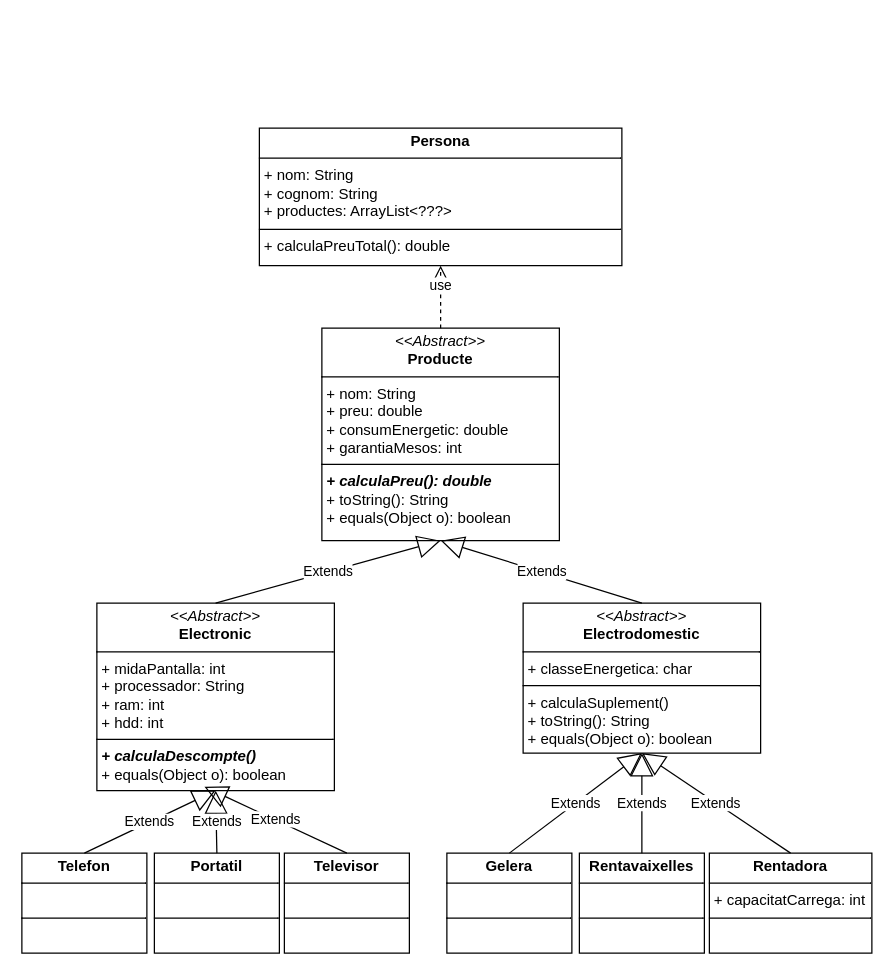
The draw.io diagram Diagrama sin título.drawio in bvivess/PRG, before the edit. Source tidied: cells renumbered, new cells numbered last; positions are measured from the earlier drawing's top-left corner, leaving out a move shared by most shapes. Both pictures are drawn from the tidied source at 125%, with x=0, y=0 at pixel (21, 128).
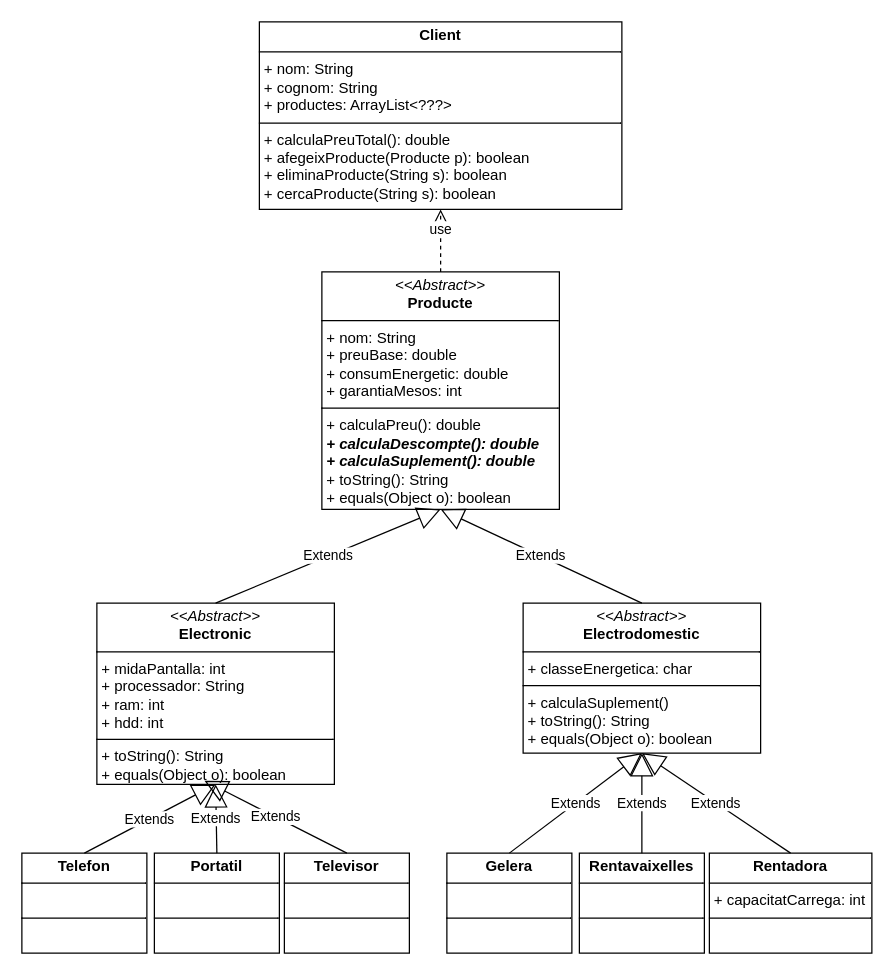
Above is the later version.

Change to the diagram source:
```diff
@@
-    <mxCell id="2" value="&lt;p style=&quot;margin:0px;margin-top:4px;text-align:center;&quot;&gt;&lt;b&gt;Persona&lt;/b&gt;&lt;/p&gt;&lt;hr size=&quot;1&quot; style=&quot;border-style:solid;&quot;&gt;&lt;p style=&quot;margin:0px;margin-left:4px;&quot;&gt;+ nom: String&lt;/p&gt;&lt;p style=&quot;margin:0px;margin-left:4px;&quot;&gt;+ cognom: String&lt;/p&gt;&lt;p style=&quot;margin:0px;margin-left:4px;&quot;&gt;+ productes: ArrayList&amp;lt;???&amp;gt;&lt;br&gt;&lt;/p&gt;&lt;hr size=&quot;1&quot; style=&quot;border-style:solid;&quot;&gt;&lt;p style=&quot;margin:0px;margin-left:4px;&quot;&gt;&lt;span style=&quot;background-color: transparent; color: light-dark(rgb(0, 0, 0), rgb(255, 255, 255));&quot;&gt;+ calculaPreuTotal(): double&lt;/span&gt;&lt;br&gt;&lt;/p&gt;" style="verticalAlign=top;align=left;overflow=fill;html=1;whiteSpace=wrap;" parent="1" vertex="1">
-      <mxGeometry x="190" width="290" height="110" as="geometry" />
+    <mxCell id="2" value="&lt;p style=&quot;margin:0px;margin-top:4px;text-align:center;&quot;&gt;&lt;b&gt;Client&lt;/b&gt;&lt;/p&gt;&lt;hr size=&quot;1&quot; style=&quot;border-style:solid;&quot;&gt;&lt;p style=&quot;margin:0px;margin-left:4px;&quot;&gt;+ nom: String&lt;/p&gt;&lt;p style=&quot;margin:0px;margin-left:4px;&quot;&gt;+ cognom: String&lt;/p&gt;&lt;p style=&quot;margin:0px;margin-left:4px;&quot;&gt;+ productes: ArrayList&amp;lt;???&amp;gt;&lt;br&gt;&lt;/p&gt;&lt;hr size=&quot;1&quot; style=&quot;border-style:solid;&quot;&gt;&lt;p style=&quot;margin:0px;margin-left:4px;&quot;&gt;&lt;span style=&quot;background-color: transparent; color: light-dark(rgb(0, 0, 0), rgb(255, 255, 255));&quot;&gt;+ calculaPreuTotal(): double&lt;/span&gt;&lt;br&gt;&lt;/p&gt;&lt;p style=&quot;margin:0px;margin-left:4px;&quot;&gt;&lt;span style=&quot;background-color: transparent; color: light-dark(rgb(0, 0, 0), rgb(255, 255, 255));&quot;&gt;+ afegeixProducte(Producte p): boolean&lt;/span&gt;&lt;/p&gt;&lt;p style=&quot;margin:0px;margin-left:4px;&quot;&gt;+ eliminaProducte(String s): boolean&lt;/p&gt;&lt;p style=&quot;margin:0px;margin-left:4px;&quot;&gt;+ cercaProducte(String s): boolean&lt;/p&gt;" style="verticalAlign=top;align=left;overflow=fill;html=1;whiteSpace=wrap;" parent="1" vertex="1">
+      <mxGeometry x="190" y="-85" width="290" height="150" as="geometry" />
     </mxCell>
@@
-    <mxCell id="4" value="&lt;p style=&quot;margin:0px;margin-top:4px;text-align:center;&quot;&gt;&lt;i&gt;&amp;lt;&amp;lt;Abstract&amp;gt;&amp;gt;&lt;/i&gt;&lt;br&gt;&lt;b&gt;Producte&lt;/b&gt;&lt;/p&gt;&lt;hr size=&quot;1&quot; style=&quot;border-style:solid;&quot;&gt;&lt;p style=&quot;margin:0px;margin-left:4px;&quot;&gt;+ nom: String&lt;br&gt;+ preu: double&lt;/p&gt;&lt;p style=&quot;margin:0px;margin-left:4px;&quot;&gt;+ consumEnergetic: double&lt;/p&gt;&lt;p style=&quot;margin:0px;margin-left:4px;&quot;&gt;+ garantiaMesos: int&lt;/p&gt;&lt;hr size=&quot;1&quot; style=&quot;border-style:solid;&quot;&gt;&lt;p style=&quot;margin:0px;margin-left:4px;&quot;&gt;&lt;b&gt;&lt;i&gt;+ calculaPreu(): double&lt;/i&gt;&lt;/b&gt;&lt;br&gt;&lt;/p&gt;&lt;p style=&quot;margin:0px;margin-left:4px;&quot;&gt;+ toString(): String&lt;br&gt;+ equals(Object o): boolean&lt;/p&gt;" style="verticalAlign=top;align=left;overflow=fill;html=1;whiteSpace=wrap;" parent="1" vertex="1">
-      <mxGeometry x="240" y="160" width="190" height="170" as="geometry" />
+    <mxCell id="4" value="&lt;p style=&quot;margin:0px;margin-top:4px;text-align:center;&quot;&gt;&lt;i&gt;&amp;lt;&amp;lt;Abstract&amp;gt;&amp;gt;&lt;/i&gt;&lt;br&gt;&lt;b&gt;Producte&lt;/b&gt;&lt;/p&gt;&lt;hr size=&quot;1&quot; style=&quot;border-style:solid;&quot;&gt;&lt;p style=&quot;margin:0px;margin-left:4px;&quot;&gt;+ nom: String&lt;br&gt;+ preuBase: double&lt;/p&gt;&lt;p style=&quot;margin:0px;margin-left:4px;&quot;&gt;+ consumEnergetic: double&lt;/p&gt;&lt;p style=&quot;margin:0px;margin-left:4px;&quot;&gt;+ garantiaMesos: int&lt;/p&gt;&lt;hr size=&quot;1&quot; style=&quot;border-style:solid;&quot;&gt;&lt;p style=&quot;margin:0px;margin-left:4px;&quot;&gt;+ calculaPreu(): double&lt;br&gt;&lt;/p&gt;&lt;p style=&quot;margin: 0px 0px 0px 4px;&quot;&gt;&lt;b&gt;&lt;i&gt;+ calculaDescompte(): double&lt;/i&gt;&lt;/b&gt;&lt;br&gt;&lt;/p&gt;&lt;div&gt;&lt;p style=&quot;margin: 0px 0px 0px 4px;&quot;&gt;&lt;b&gt;&lt;i&gt;+ calculaSuplement(): double&lt;/i&gt;&lt;/b&gt;&lt;br&gt;&lt;/p&gt;&lt;/div&gt;&lt;p style=&quot;margin:0px;margin-left:4px;&quot;&gt;+ toString(): String&lt;br&gt;+ equals(Object o): boolean&lt;/p&gt;" style="verticalAlign=top;align=left;overflow=fill;html=1;whiteSpace=wrap;" parent="1" vertex="1">
+      <mxGeometry x="240" y="115" width="190" height="190" as="geometry" />
     </mxCell>
-    <mxCell id="5" value="&lt;p style=&quot;margin:0px;margin-top:4px;text-align:center;&quot;&gt;&lt;i&gt;&amp;lt;&amp;lt;Abstract&amp;gt;&amp;gt;&lt;/i&gt;&lt;br&gt;&lt;b&gt;Electronic&lt;/b&gt;&lt;/p&gt;&lt;hr size=&quot;1&quot; style=&quot;border-style:solid;&quot;&gt;&lt;p style=&quot;margin:0px;margin-left:4px;&quot;&gt;+ midaPantalla: int&lt;br&gt;+ processador: String&lt;/p&gt;&lt;p style=&quot;margin:0px;margin-left:4px;&quot;&gt;+ ram: int&lt;/p&gt;&lt;p style=&quot;margin:0px;margin-left:4px;&quot;&gt;+ hdd: int&lt;/p&gt;&lt;hr size=&quot;1&quot; style=&quot;border-style:solid;&quot;&gt;&lt;p style=&quot;margin:0px;margin-left:4px;&quot;&gt;&lt;b&gt;&lt;i&gt;+ calculaDescompte()&lt;/i&gt;&lt;/b&gt;&lt;br&gt;+ equals(Object o): boolean&lt;/p&gt;" style="verticalAlign=top;align=left;overflow=fill;html=1;whiteSpace=wrap;" parent="1" vertex="1">
-      <mxGeometry x="60" y="380" width="190" height="150" as="geometry" />
+    <mxCell id="5" value="&lt;p style=&quot;margin:0px;margin-top:4px;text-align:center;&quot;&gt;&lt;i&gt;&amp;lt;&amp;lt;Abstract&amp;gt;&amp;gt;&lt;/i&gt;&lt;br&gt;&lt;b&gt;Electronic&lt;/b&gt;&lt;/p&gt;&lt;hr size=&quot;1&quot; style=&quot;border-style:solid;&quot;&gt;&lt;p style=&quot;margin:0px;margin-left:4px;&quot;&gt;+ midaPantalla: int&lt;br&gt;+ processador: String&lt;/p&gt;&lt;p style=&quot;margin:0px;margin-left:4px;&quot;&gt;+ ram: int&lt;/p&gt;&lt;p style=&quot;margin:0px;margin-left:4px;&quot;&gt;+ hdd: int&lt;/p&gt;&lt;hr size=&quot;1&quot; style=&quot;border-style:solid;&quot;&gt;&lt;p style=&quot;margin:0px;margin-left:4px;&quot;&gt;+ toString(): String&lt;br&gt;&lt;/p&gt;&lt;p style=&quot;margin:0px;margin-left:4px;&quot;&gt;+ equals(Object o): boolean&lt;/p&gt;" style="verticalAlign=top;align=left;overflow=fill;html=1;whiteSpace=wrap;" parent="1" vertex="1">
+      <mxGeometry x="60" y="380" width="190" height="145" as="geometry" />
     </mxCell>
```
